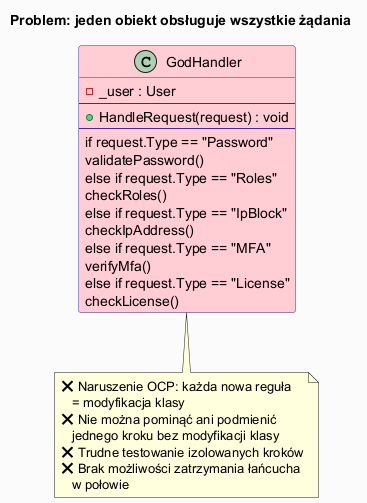
The PlantUML diagram src/18-lancuch-zobowiazan/01-idea-i-kontekst/diagrams/cor_problem.png in tborzyszkowski/DesignPatterns, before a commit. Source of this version:
```plantuml
@startuml cor_problem
skinparam backgroundColor #FAFAFA
skinparam classBorderColor #4527A0
skinparam classBackgroundColor #EDE7F6
skinparam titleFontSize 14

title Problem: jeden obiekt obsługuje wszystkie żądania

class GodHandler #FFCDD2 {
  - _user : User
  --
  + HandleRequest(request) : void
  --
  if request.Type == "Password"
    validatePassword()
  else if request.Type == "Roles"
    checkRoles()
  else if request.Type == "IpBlock"
    checkIpAddress()
  else if request.Type == "MFA"
    verifyMfa()
  else if request.Type == "License"
    checkLicense()
}

note bottom of GodHandler
  ❌ Naruszenie OCP: każda nowa reguła
     = modyfikacja klasy
  ❌ Nie można pominąć ani podmienić
     jednego kroku bez modyfikacji klasy
  ❌ Trudne testowanie izolowanych kroków
  ❌ Brak możliwości zatrzymania łańcucha
     w połowie
end note

@enduml
```
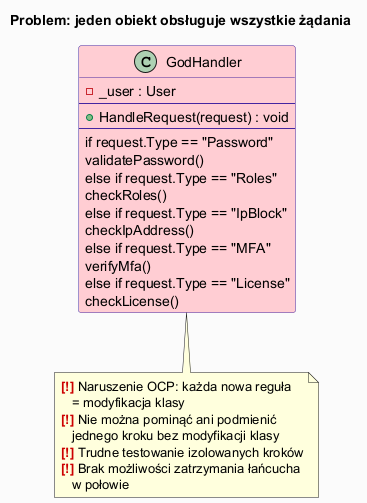
Above is the later version.

Commit message:
Enhance OCP violation notes in UML diagram and update settings for Java process execution

Change to the diagram source:
```diff
@@ -24,12 +24,12 @@
 }
 
 note bottom of GodHandler
-  ❌ Naruszenie OCP: każda nowa reguła
+  <color:#CC0000><b>[!]</b></color> Naruszenie OCP: każda nowa reguła
      = modyfikacja klasy
-  ❌ Nie można pominąć ani podmienić
+  <color:#CC0000><b>[!]</b></color> Nie można pominąć ani podmienić
      jednego kroku bez modyfikacji klasy
-  ❌ Trudne testowanie izolowanych kroków
-  ❌ Brak możliwości zatrzymania łańcucha
+  <color:#CC0000><b>[!]</b></color> Trudne testowanie izolowanych kroków
+  <color:#CC0000><b>[!]</b></color> Brak możliwości zatrzymania łańcucha
      w połowie
 end note
 
```
